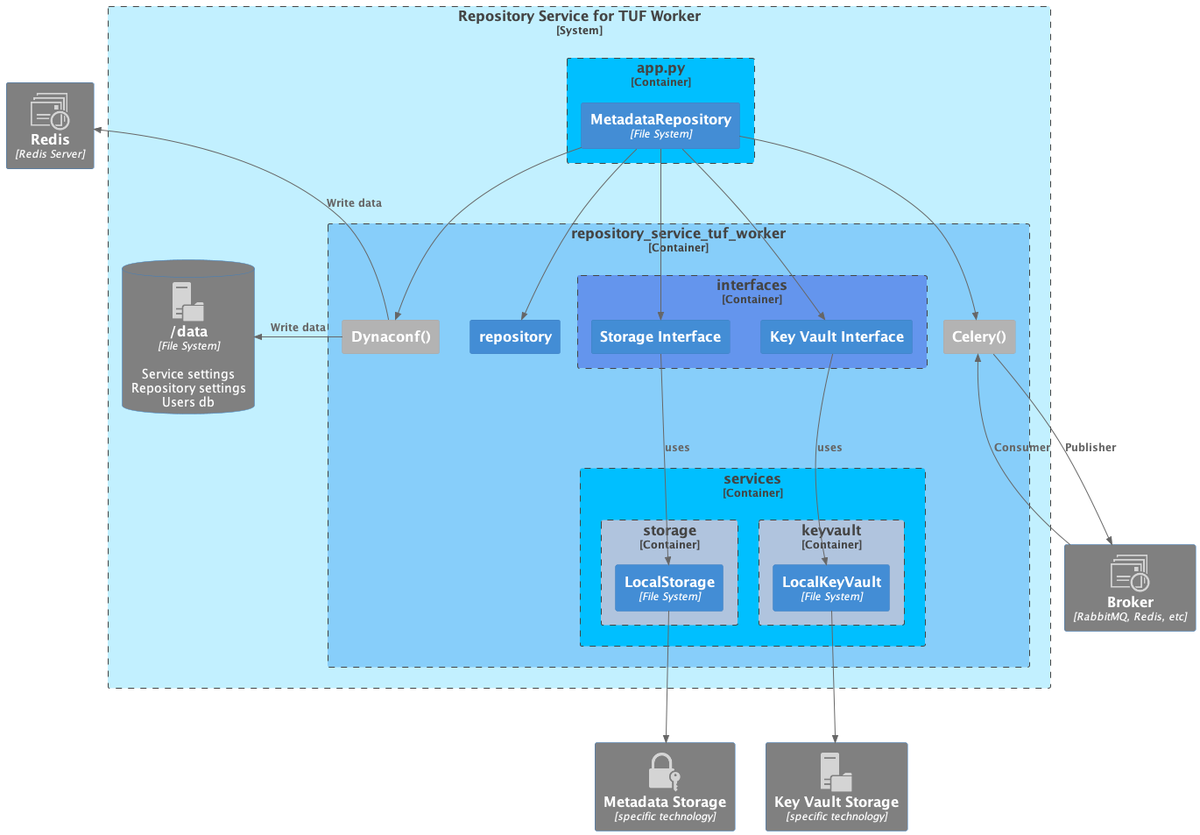
The PlantUML diagram docs/source/_static/repository-service-tuf-worker-C3.png in repository-service-tuf/repository-service-tuf-worker, before a commit. The source it was exported from:
```plantuml
@startuml repository-service-tuf-worker-C3
!include https://raw.githubusercontent.com/plantuml-stdlib/C4-PlantUML/master/C4_Component.puml

!define osaPuml https://raw.githubusercontent.com/Crashedmind/PlantUML-opensecurityarchitecture2-icons/master
!include osaPuml/Common.puml
!include osaPuml/User/all.puml

!include <office/Servers/file_server>
!include <office/Servers/application_server>
!include <office/Services/web_services>
!include <office/Concepts/application_generic>
!include <office/Concepts/service_application>
!include <office/Servers/web_server>
!include <office/Communications/queue_viewer>
!include <office/Devices/management_console>
!include <logos/terminal>
!include <office/Security/lock_with_key_security>
!include <office/Concepts/download>


AddContainerTag("webui", $sprite="application_server", $legendText="Web UI Interface", $bgColor=Gray)
AddContainerTag("key_service", $sprite="lock_with_key_security", $legendText="Key Service", $bgColor=Gray)
AddContainerTag("storage_service", $sprite="file_server", $legendText="Storage Service", $bgColor=Gray)
AddContainerTag("rest_api", $sprite="web_server", $legendText="Repository REST API")
AddContainerTag("repository_service_tuf_worker", $sprite="service_application", $legendText="Repository Metadata Worker")
AddContainerTag("queue", $sprite="queue_viewer", $legendText="Message Queue")
AddContainerTag("ci_cd", $sprite="application_generic", $legendText="CI/CD, Artfact Management, etc")
AddContainerTag("metadata_web", $sprite="web_services", $legendText="Web exposed TUF Metadata")
AddContainerTag("download_target", $sprite="download", $legendText="Download file/target/package", $bgColor=Gray)
AddContainerTag("terminal", $sprite="terminal,scale=0.5,color=#000000", $legendText="CLI")

AddRelTag("terminal", $textColor="$ARROW_COLOR", $lineColor="$ARROW_COLOR", $sprite="terminal,scale=0.75,color=#000000", $legendText="Repository Service for TUF CLI")
AddRelTag("bowser", $textColor="$ARROW_COLOR", $lineColor="$ARROW_COLOR", $sprite="management_console,scale=0.5", $legendText="Browser")
AddRelTag("download", $textColor="Green", $lineColor="$ARROW_COLOR")
AddRelTag("share", $textColor="orange", $lineColor="grey", $lineStyle = DashedLine())


System_Boundary(repository_service_tuf_worker, "Repository Service for TUF Worker") #APPLICATION {
    Container_Boundary(app, "app.py") #DeepSkyBlue{
        Container(metadata_repository, "MetadataRepository", "File System")

    }

    Container_Boundary(rstuf_worker, "repository_service_tuf_worker")  #LightSkyBlue {
        Container_Ext(celery, "Celery()")
        Container_Ext(dynaconf, "Dynaconf()")
        Container(repository, "repository")

        Container_Boundary(interfaces, "interfaces") #CornflowerBlue {
            Container(IStorage, "Storage Interface")
            Container(IKeyVault, "Key Vault Interface")
        }
        Container_Boundary(services, "services") #DeepSkyBlue{
            Container_Boundary(keyvault, "keyvault") #LightSteelBlue {
                Container(LocalKeyVault, "LocalKeyVault", "File System")
            }
            Container_Boundary(storage, "storage") #LightSteelBlue {
                Container(LocalStorage, "LocalStorage", "File System")
            }
        }
    }

    ContainerDb(data_dir, "/data", "File System", "Service settings\nRepository settings\nUsers db", $tags="storage_service")
}

Container_Ext(broker, "Broker", "RabbitMQ, Redis, etc", $tags="queue") #Grey
Container_Ext(redis, "Redis", "Redis Server", $tags="queue") #Grey
Container_Ext(ext_storage, "Metadata Storage", "specific technology", $tags="key_service") #Grey
Container_Ext(ext_key_storage, "Key Vault Storage", "specific technology", $tags="storage_service") #Grey

Rel(LocalStorage, ext_storage, " ")
Rel(LocalKeyVault, ext_key_storage, " ")
Rel(IKeyVault, LocalKeyVault, "uses")
Rel(IStorage, LocalStorage, "uses")
Rel(metadata_repository, IStorage, " ")
Rel(metadata_repository, IKeyVault, " ")
Rel(metadata_repository, celery, " ")
Rel(metadata_repository, repository, " ")
Rel(metadata_repository, dynaconf, " ")
Rel_U(dynaconf, redis, "Write data")
Rel_D(celery, broker, "Publisher")
Rel(broker, celery, "Consumer")
Rel_L(dynaconf, data_dir, "Write data")


HIDE_STEREOTYPE()
@enduml
```
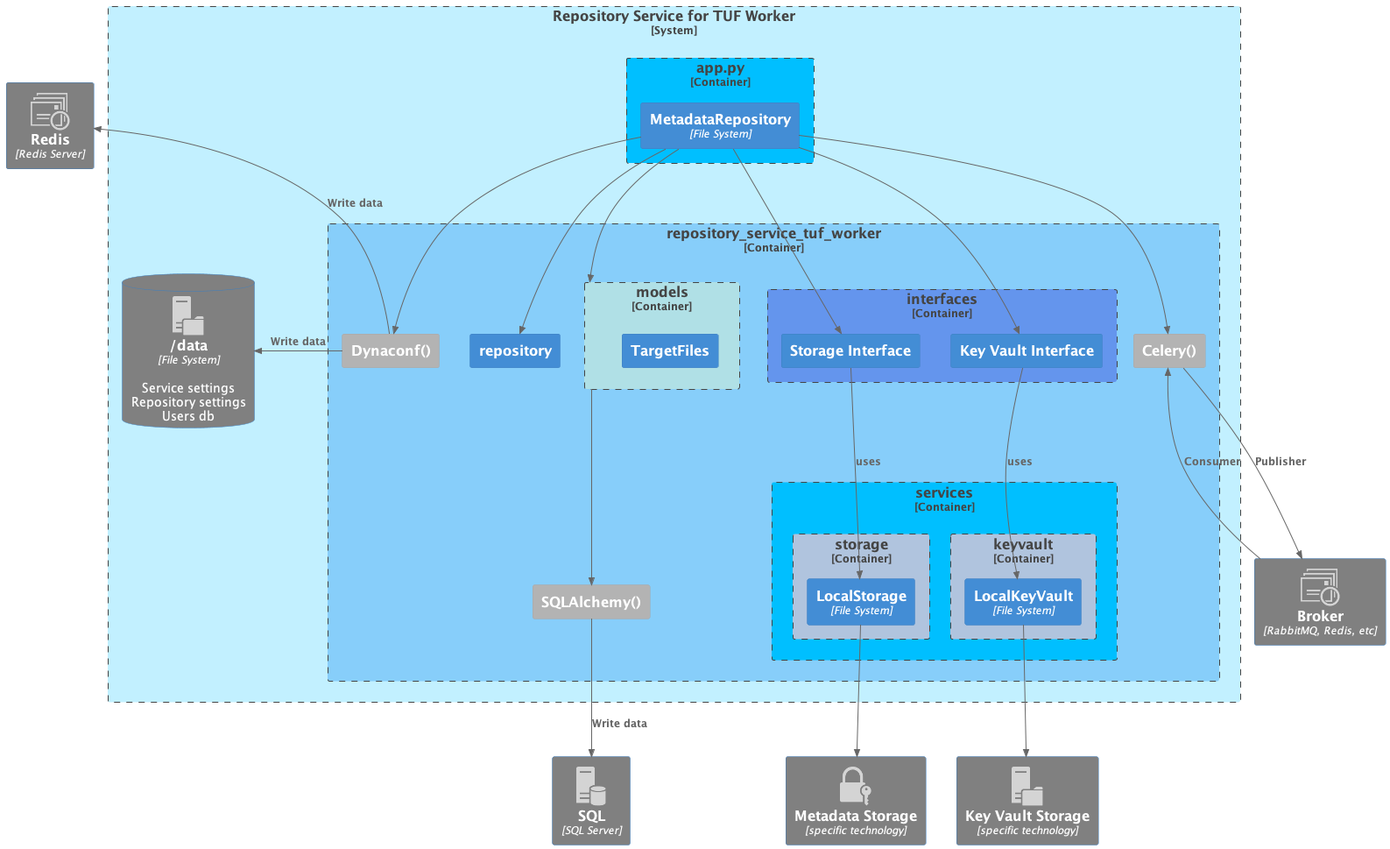
Later version of the same file.

What changed in the source:
```diff
@@ -7,6 +7,7 @@
 
 !include <office/Servers/file_server>
 !include <office/Servers/application_server>
+!include <office/Servers/database_server>
 !include <office/Services/web_services>
 !include <office/Concepts/application_generic>
 !include <office/Concepts/service_application>
@@ -24,6 +25,7 @@
 AddContainerTag("rest_api", $sprite="web_server", $legendText="Repository REST API")
 AddContainerTag("repository_service_tuf_worker", $sprite="service_application", $legendText="Repository Metadata Worker")
 AddContainerTag("queue", $sprite="queue_viewer", $legendText="Message Queue")
+AddContainerTag("sql_db", $sprite="database_server", $legendText="SQL Server")
 AddContainerTag("ci_cd", $sprite="application_generic", $legendText="CI/CD, Artfact Management, etc")
 AddContainerTag("metadata_web", $sprite="web_services", $legendText="Web exposed TUF Metadata")
 AddContainerTag("download_target", $sprite="download", $legendText="Download file/target/package", $bgColor=Gray)
@@ -44,8 +46,12 @@
     Container_Boundary(rstuf_worker, "repository_service_tuf_worker")  #LightSkyBlue {
         Container_Ext(celery, "Celery()")
         Container_Ext(dynaconf, "Dynaconf()")
+        Container_Ext(sqlalchemy, "SQLAlchemy()")
         Container(repository, "repository")
 
+        Container_Boundary(models, "models") #PowderBlue {
+            Container(TargetsFiles, "TargetFiles")
+        }
         Container_Boundary(interfaces, "interfaces") #CornflowerBlue {
             Container(IStorage, "Storage Interface")
             Container(IKeyVault, "Key Vault Interface")
@@ -65,6 +71,7 @@
 
 Container_Ext(broker, "Broker", "RabbitMQ, Redis, etc", $tags="queue") #Grey
 Container_Ext(redis, "Redis", "Redis Server", $tags="queue") #Grey
+Container_Ext(sql, "SQL", "SQL Server", $tags="sql_db") #Grey
 Container_Ext(ext_storage, "Metadata Storage", "specific technology", $tags="key_service") #Grey
 Container_Ext(ext_key_storage, "Key Vault Storage", "specific technology", $tags="storage_service") #Grey
 
@@ -77,7 +84,10 @@
 Rel(metadata_repository, celery, " ")
 Rel(metadata_repository, repository, " ")
 Rel(metadata_repository, dynaconf, " ")
+Rel(metadata_repository, models, " ")
+Rel(models, sqlalchemy, " ")
 Rel_U(dynaconf, redis, "Write data")
+Rel(sqlalchemy, sql, "Write data")
 Rel_D(celery, broker, "Publisher")
 Rel(broker, celery, "Consumer")
 Rel_L(dynaconf, data_dir, "Write data")
```
